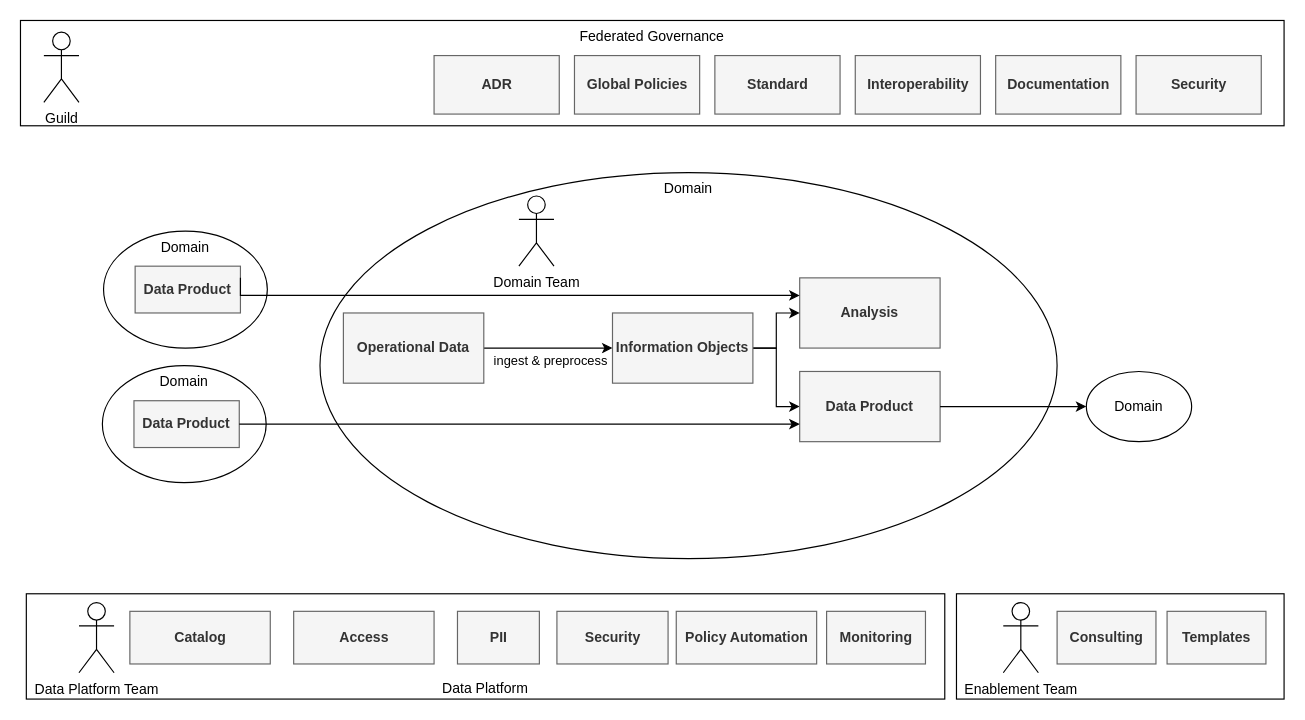
datamesh-architecture/datamesh-architecture.com keeps this draw.io diagram as diagrams/datamesharchitecture.drawio. Above is the earlier version. Source tidied: cells renumbered, new cells numbered last; positions are measured from the earlier drawing's top-left corner, leaving out a move shared by most shapes. Both pictures are drawn from the tidied source at 117%, with x=0, y=0 at pixel (20, 20).
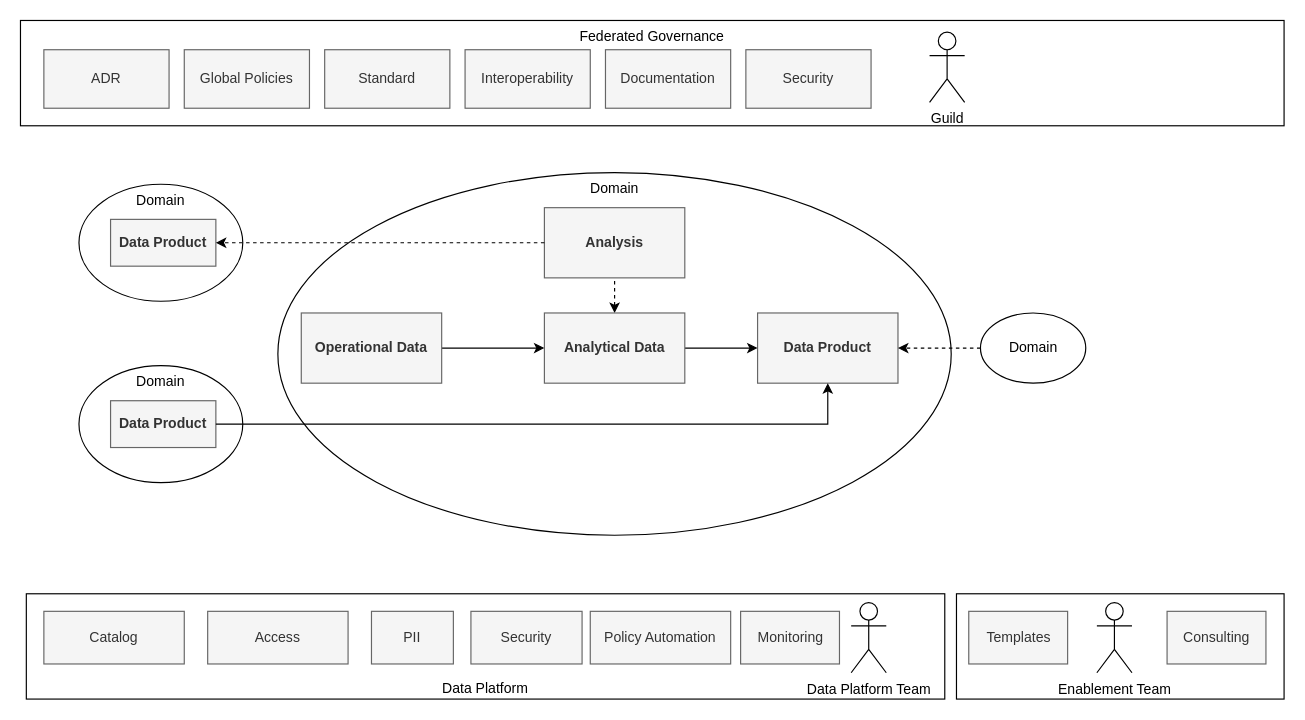
The same page after the edit.

What changed in the source:
```diff
@@
-    <mxCell id="3" value="Domain" style="ellipse;whiteSpace=wrap;html=1;verticalAlign=top;" parent="1" vertex="1">
-      <mxGeometry x="256" y="130" width="630" height="330" as="geometry" />
-    </mxCell>
@@
     <mxCell id="6" value="Guild" style="shape=umlActor;verticalLabelPosition=bottom;verticalAlign=top;html=1;" parent="1" vertex="1">
-      <mxGeometry x="20" y="10" width="30" height="60" as="geometry" />
+      <mxGeometry x="777" y="10" width="30" height="60" as="geometry" />
     </mxCell>
-    <mxCell id="7" value="Domain Team" style="shape=umlActor;verticalLabelPosition=bottom;verticalAlign=top;html=1;" parent="1" vertex="1">
-      <mxGeometry x="426" y="150" width="30" height="60" as="geometry" />
-    </mxCell>
     <mxCell id="8" value="Data Platform Team" style="shape=umlActor;verticalLabelPosition=bottom;verticalAlign=top;html=1;" parent="1" vertex="1">
-      <mxGeometry x="50" y="497.5" width="30" height="60" as="geometry" />
+      <mxGeometry x="710" y="497.5" width="30" height="60" as="geometry" />
     </mxCell>
-    <mxCell id="9" value="Analysis" style="rounded=0;whiteSpace=wrap;html=1;fillColor=#f5f5f5;fontColor=#333333;strokeColor=#666666;fontStyle=1;" parent="1" vertex="1">
-      <mxGeometry x="666" y="220" width="120" height="60" as="geometry" />
-    </mxCell>
-    <mxCell id="10" style="edgeStyle=orthogonalEdgeStyle;rounded=0;jettySize=auto;html=1;exitX=1;exitY=0.5;exitDx=0;exitDy=0;" parent="1" edge="1" source="14" target="9">
-      <mxGeometry relative="1" as="geometry" />
-    </mxCell>
-    <mxCell id="11" style="edgeStyle=orthogonalEdgeStyle;rounded=0;jettySize=auto;html=1;entryX=0;entryY=0.5;entryDx=0;entryDy=0;" parent="1" edge="1" source="14" target="17">
-      <mxGeometry relative="1" as="geometry">
-        <Array as="points">
-          <mxPoint x="646" y="280" />
-          <mxPoint x="646" y="330" />
-        </Array>
-      </mxGeometry>
-    </mxCell>
-    <mxCell id="12" style="edgeStyle=orthogonalEdgeStyle;rounded=0;jettySize=auto;html=1;startArrow=classic;startFill=1;endArrow=none;endFill=0;" parent="1" edge="1" source="14" target="15">
-      <mxGeometry relative="1" as="geometry" />
-    </mxCell>
-    <mxCell id="13" value="ingest &amp;amp; preprocess" style="edgeLabel;html=1;align=center;verticalAlign=middle;" parent="12" vertex="1">
-      <mxGeometry x="-0.18" y="3" relative="1" as="geometry">
-        <mxPoint x="-9" y="7" as="offset" />
-      </mxGeometry>
-    </mxCell>
-    <mxCell id="14" value="Information Objects" style="rounded=0;whiteSpace=wrap;html=1;fillColor=#f5f5f5;fontColor=#333333;strokeColor=#666666;fontStyle=1;" parent="1" vertex="1">
-      <mxGeometry x="506" y="250" width="120" height="60" as="geometry" />
-    </mxCell>
-    <mxCell id="15" value="Operational Data" style="rounded=0;whiteSpace=wrap;html=1;fillColor=#f5f5f5;fontColor=#333333;strokeColor=#666666;fontStyle=1;" parent="1" vertex="1">
-      <mxGeometry x="276" y="250" width="120" height="60" as="geometry" />
-    </mxCell>
-    <mxCell id="16" value="Global Policies" style="rounded=0;whiteSpace=wrap;html=1;fillColor=#f5f5f5;fontColor=#333333;strokeColor=#666666;fontStyle=1;" parent="1" vertex="1">
-      <mxGeometry x="473.5" y="30" width="107" height="50" as="geometry" />
+    <mxCell id="16" value="Global Policies" style="rounded=0;whiteSpace=wrap;html=1;fillColor=#f5f5f5;fontColor=#333333;strokeColor=#666666;" parent="1" vertex="1">
+      <mxGeometry x="140" y="25" width="107" height="50" as="geometry" />
     </mxCell>
-    <mxCell id="17" value="Data Product" style="rounded=0;whiteSpace=wrap;html=1;fillColor=#f5f5f5;fontColor=#333333;strokeColor=#666666;fontStyle=1;" parent="1" vertex="1">
-      <mxGeometry x="666" y="300" width="120" height="60" as="geometry" />
-    </mxCell>
-    <mxCell id="18" value="Domain" style="ellipse;whiteSpace=wrap;html=1;verticalAlign=middle;" parent="1" vertex="1">
-      <mxGeometry x="911" y="300" width="90" height="60" as="geometry" />
-    </mxCell>
-    <mxCell id="19" style="rounded=0;jettySize=auto;html=1;entryX=1;entryY=0.5;entryDx=0;entryDy=0;startArrow=classic;startFill=1;endArrow=none;endFill=0;exitX=0;exitY=0.5;exitDx=0;exitDy=0;" parent="1" edge="1" source="18" target="17">
-      <mxGeometry relative="1" as="geometry" />
-    </mxCell>
-    <mxCell id="20" value="Catalog" style="rounded=0;whiteSpace=wrap;html=1;fillColor=#f5f5f5;fontColor=#333333;strokeColor=#666666;fontStyle=1;" parent="1" vertex="1">
-      <mxGeometry x="93.5" y="505" width="120" height="45" as="geometry" />
+    <mxCell id="20" value="Catalog" style="rounded=0;whiteSpace=wrap;html=1;fillColor=#f5f5f5;fontColor=#333333;strokeColor=#666666;" parent="1" vertex="1">
+      <mxGeometry x="20" y="505" width="120" height="45" as="geometry" />
     </mxCell>
-    <mxCell id="21" value="Access" style="rounded=0;whiteSpace=wrap;html=1;fillColor=#f5f5f5;fontColor=#333333;strokeColor=#666666;fontStyle=1;" parent="1" vertex="1">
-      <mxGeometry x="233.5" y="505" width="120" height="45" as="geometry" />
+    <mxCell id="21" value="Access" style="rounded=0;whiteSpace=wrap;html=1;fillColor=#f5f5f5;fontColor=#333333;strokeColor=#666666;" parent="1" vertex="1">
+      <mxGeometry x="160" y="505" width="120" height="45" as="geometry" />
     </mxCell>
-    <mxCell id="22" value="PII" style="rounded=0;whiteSpace=wrap;html=1;fillColor=#f5f5f5;fontColor=#333333;strokeColor=#666666;fontStyle=1;" parent="1" vertex="1">
-      <mxGeometry x="373.5" y="505" width="70" height="45" as="geometry" />
+    <mxCell id="22" value="PII" style="rounded=0;whiteSpace=wrap;html=1;fillColor=#f5f5f5;fontColor=#333333;strokeColor=#666666;" parent="1" vertex="1">
+      <mxGeometry x="300" y="505" width="70" height="45" as="geometry" />
     </mxCell>
-    <mxCell id="23" value="Domain" style="ellipse;whiteSpace=wrap;html=1;verticalAlign=top;" parent="1" vertex="1">
-      <mxGeometry x="71" y="180" width="140" height="100" as="geometry" />
-    </mxCell>
-    <mxCell id="24" value="Data Product" style="rounded=0;whiteSpace=wrap;html=1;fillColor=#f5f5f5;fontColor=#333333;strokeColor=#666666;fontStyle=1;" parent="1" vertex="1">
-      <mxGeometry x="98" y="210" width="90" height="40" as="geometry" />
-    </mxCell>
-    <mxCell id="25" style="edgeStyle=orthogonalEdgeStyle;rounded=0;jettySize=auto;html=1;startArrow=classic;startFill=1;endArrow=none;endFill=0;exitX=0;exitY=0.25;exitDx=0;exitDy=0;entryX=1;entryY=0.25;entryDx=0;entryDy=0;" parent="1" edge="1" source="9" target="24">
-      <mxGeometry relative="1" as="geometry">
-        <Array as="points">
-          <mxPoint x="188" y="235" />
-        </Array>
-      </mxGeometry>
-    </mxCell>
-    <mxCell id="26" value="Security" style="rounded=0;whiteSpace=wrap;html=1;fillColor=#f5f5f5;fontColor=#333333;strokeColor=#666666;fontStyle=1;" parent="1" vertex="1">
-      <mxGeometry x="458.5" y="505" width="95" height="45" as="geometry" />
+    <mxCell id="26" value="Security" style="rounded=0;whiteSpace=wrap;html=1;fillColor=#f5f5f5;fontColor=#333333;strokeColor=#666666;" parent="1" vertex="1">
+      <mxGeometry x="385" y="505" width="95" height="45" as="geometry" />
     </mxCell>
-    <mxCell id="27" value="Policy Automation" style="rounded=0;whiteSpace=wrap;html=1;fillColor=#f5f5f5;fontColor=#333333;strokeColor=#666666;fontStyle=1;" parent="1" vertex="1">
-      <mxGeometry x="560.5" y="505" width="120" height="45" as="geometry" />
+    <mxCell id="27" value="Policy Automation" style="rounded=0;whiteSpace=wrap;html=1;fillColor=#f5f5f5;fontColor=#333333;strokeColor=#666666;" parent="1" vertex="1">
+      <mxGeometry x="487" y="505" width="120" height="45" as="geometry" />
     </mxCell>
-    <mxCell id="28" value="Monitoring" style="rounded=0;whiteSpace=wrap;html=1;fillColor=#f5f5f5;fontColor=#333333;strokeColor=#666666;fontStyle=1;" parent="1" vertex="1">
-      <mxGeometry x="689" y="505" width="84.5" height="45" as="geometry" />
+    <mxCell id="28" value="Monitoring" style="rounded=0;whiteSpace=wrap;html=1;fillColor=#f5f5f5;fontColor=#333333;strokeColor=#666666;" parent="1" vertex="1">
+      <mxGeometry x="615.5" y="505" width="84.5" height="45" as="geometry" />
     </mxCell>
-    <mxCell id="29" value="ADR" style="rounded=0;whiteSpace=wrap;html=1;fillColor=#f5f5f5;fontColor=#333333;strokeColor=#666666;fontStyle=1;" parent="1" vertex="1">
-      <mxGeometry x="353.5" y="30" width="107" height="50" as="geometry" />
+    <mxCell id="29" value="ADR" style="rounded=0;whiteSpace=wrap;html=1;fillColor=#f5f5f5;fontColor=#333333;strokeColor=#666666;" parent="1" vertex="1">
+      <mxGeometry x="20" y="25" width="107" height="50" as="geometry" />
     </mxCell>
-    <mxCell id="30" value="Standard" style="rounded=0;whiteSpace=wrap;html=1;fillColor=#f5f5f5;fontColor=#333333;strokeColor=#666666;fontStyle=1;" parent="1" vertex="1">
-      <mxGeometry x="593.5" y="30" width="107" height="50" as="geometry" />
+    <mxCell id="30" value="Standard" style="rounded=0;whiteSpace=wrap;html=1;fillColor=#f5f5f5;fontColor=#333333;strokeColor=#666666;" parent="1" vertex="1">
+      <mxGeometry x="260" y="25" width="107" height="50" as="geometry" />
     </mxCell>
-    <mxCell id="31" value="Interoperability" style="rounded=0;whiteSpace=wrap;html=1;fillColor=#f5f5f5;fontColor=#333333;strokeColor=#666666;fontStyle=1;" parent="1" vertex="1">
-      <mxGeometry x="713.5" y="30" width="107" height="50" as="geometry" />
+    <mxCell id="31" value="Interoperability" style="rounded=0;whiteSpace=wrap;html=1;fillColor=#f5f5f5;fontColor=#333333;strokeColor=#666666;" parent="1" vertex="1">
+      <mxGeometry x="380" y="25" width="107" height="50" as="geometry" />
     </mxCell>
-    <mxCell id="32" value="Documentation" style="rounded=0;whiteSpace=wrap;html=1;fillColor=#f5f5f5;fontColor=#333333;strokeColor=#666666;fontStyle=1;" parent="1" vertex="1">
-      <mxGeometry x="833.5" y="30" width="107" height="50" as="geometry" />
+    <mxCell id="32" value="Documentation" style="rounded=0;whiteSpace=wrap;html=1;fillColor=#f5f5f5;fontColor=#333333;strokeColor=#666666;" parent="1" vertex="1">
+      <mxGeometry x="500" y="25" width="107" height="50" as="geometry" />
     </mxCell>
-    <mxCell id="33" value="Security" style="rounded=0;whiteSpace=wrap;html=1;fillColor=#f5f5f5;fontColor=#333333;strokeColor=#666666;fontStyle=1;" parent="1" vertex="1">
-      <mxGeometry x="953.5" y="30" width="107" height="50" as="geometry" />
+    <mxCell id="33" value="Security" style="rounded=0;whiteSpace=wrap;html=1;fillColor=#f5f5f5;fontColor=#333333;strokeColor=#666666;" parent="1" vertex="1">
+      <mxGeometry x="620" y="25" width="107" height="50" as="geometry" />
     </mxCell>
-    <mxCell id="34" value="Domain" style="ellipse;whiteSpace=wrap;html=1;verticalAlign=top;" parent="1" vertex="1">
-      <mxGeometry x="70" y="295" width="140" height="100" as="geometry" />
-    </mxCell>
-    <mxCell id="35" value="Data Product" style="rounded=0;whiteSpace=wrap;html=1;fillColor=#f5f5f5;fontColor=#333333;strokeColor=#666666;fontStyle=1;" parent="1" vertex="1">
-      <mxGeometry x="97" y="325" width="90" height="40" as="geometry" />
-    </mxCell>
-    <mxCell id="36" style="rounded=0;jettySize=auto;html=1;entryX=1;entryY=0.5;entryDx=0;entryDy=0;startArrow=classic;startFill=1;endArrow=none;endFill=0;exitX=0;exitY=0.75;exitDx=0;exitDy=0;" parent="1" edge="1" source="17" target="35">
-      <mxGeometry relative="1" as="geometry" />
-    </mxCell>
     <mxCell id="37" value="Enablement Team" style="shape=umlActor;verticalLabelPosition=bottom;verticalAlign=top;html=1;" parent="1" vertex="1">
-      <mxGeometry x="840" y="497.5" width="30" height="60" as="geometry" />
+      <mxGeometry x="920" y="497.5" width="30" height="60" as="geometry" />
     </mxCell>
-    <mxCell id="38" value="Templates" style="rounded=0;whiteSpace=wrap;html=1;fillColor=#f5f5f5;fontColor=#333333;strokeColor=#666666;fontStyle=1;" parent="1" vertex="1">
-      <mxGeometry x="980" y="505" width="84.5" height="45" as="geometry" />
+    <mxCell id="38" value="Templates" style="rounded=0;whiteSpace=wrap;html=1;fillColor=#f5f5f5;fontColor=#333333;strokeColor=#666666;" parent="1" vertex="1">
+      <mxGeometry x="810.5" y="505" width="84.5" height="45" as="geometry" />
     </mxCell>
-    <mxCell id="39" value="Consulting" style="rounded=0;whiteSpace=wrap;html=1;fillColor=#f5f5f5;fontColor=#333333;strokeColor=#666666;fontStyle=1;" parent="1" vertex="1">
-      <mxGeometry x="886" y="505" width="84.5" height="45" as="geometry" />
+    <mxCell id="39" value="Consulting" style="rounded=0;whiteSpace=wrap;html=1;fillColor=#f5f5f5;fontColor=#333333;strokeColor=#666666;" parent="1" vertex="1">
+      <mxGeometry x="980" y="505" width="84.5" height="45" as="geometry" />
     </mxCell>
+    <mxCell id="40" value="Domain" style="ellipse;whiteSpace=wrap;html=1;verticalAlign=top;" parent="1" vertex="1">
+      <mxGeometry x="220" y="130" width="575.5" height="310" as="geometry" />
+    </mxCell>
+    <mxCell id="9" value="Analysis" style="rounded=0;whiteSpace=wrap;html=1;fillColor=#f5f5f5;fontColor=#333333;strokeColor=#666666;fontStyle=1;" parent="1" vertex="1">
+      <mxGeometry x="447.8" y="160" width="120" height="60" as="geometry" />
+    </mxCell>
+    <mxCell id="41" style="rounded=0;jettySize=auto;html=1;exitX=0.5;exitY=0;exitDx=0;exitDy=0;startArrow=classic;startFill=1;endArrow=none;endFill=0;dashed=1;" parent="1" edge="1" source="44" target="9">
+      <mxGeometry relative="1" as="geometry" />
+    </mxCell>
+    <mxCell id="42" style="rounded=0;jettySize=auto;html=1;entryX=0;entryY=0.5;entryDx=0;entryDy=0;" parent="1" edge="1" source="44" target="45">
+      <mxGeometry relative="1" as="geometry" />
+    </mxCell>
+    <mxCell id="43" style="edgeStyle=orthogonalEdgeStyle;rounded=0;jettySize=auto;html=1;startArrow=classic;startFill=1;endArrow=none;endFill=0;" parent="1" edge="1" source="44" target="15">
+      <mxGeometry relative="1" as="geometry" />
+    </mxCell>
+    <mxCell id="44" value="Analytical Data" style="rounded=0;whiteSpace=wrap;html=1;fillColor=#f5f5f5;fontColor=#333333;strokeColor=#666666;fontStyle=1;" parent="1" vertex="1">
+      <mxGeometry x="447.8" y="250" width="120" height="60" as="geometry" />
+    </mxCell>
+    <mxCell id="15" value="Operational Data" style="rounded=0;whiteSpace=wrap;html=1;fillColor=#f5f5f5;fontColor=#333333;strokeColor=#666666;fontStyle=1;" parent="1" vertex="1">
+      <mxGeometry x="240" y="250" width="120" height="60" as="geometry" />
+    </mxCell>
+    <mxCell id="45" value="Data Product" style="rounded=0;whiteSpace=wrap;html=1;fillColor=#f5f5f5;fontColor=#333333;strokeColor=#666666;fontStyle=1;" parent="1" vertex="1">
+      <mxGeometry x="630" y="250" width="120" height="60" as="geometry" />
+    </mxCell>
+    <mxCell id="18" value="Domain" style="ellipse;whiteSpace=wrap;html=1;verticalAlign=middle;" parent="1" vertex="1">
+      <mxGeometry x="820.5" y="250" width="90" height="60" as="geometry" />
+    </mxCell>
+    <mxCell id="46" style="rounded=0;jettySize=auto;html=1;entryX=1;entryY=0.5;entryDx=0;entryDy=0;startArrow=none;startFill=0;endArrow=classic;endFill=1;exitX=0;exitY=0.5;exitDx=0;exitDy=0;dashed=1;" parent="1" edge="1" source="18" target="45">
+      <mxGeometry relative="1" as="geometry" />
+    </mxCell>
+    <mxCell id="47" value="Domain" style="ellipse;whiteSpace=wrap;html=1;verticalAlign=top;" parent="1" vertex="1">
+      <mxGeometry x="50" y="140" width="140" height="100" as="geometry" />
+    </mxCell>
+    <mxCell id="48" value="Data Product" style="rounded=0;whiteSpace=wrap;html=1;fillColor=#f5f5f5;fontColor=#333333;strokeColor=#666666;fontStyle=1;" parent="1" vertex="1">
+      <mxGeometry x="77" y="170" width="90" height="40" as="geometry" />
+    </mxCell>
+    <mxCell id="49" style="rounded=0;jettySize=auto;html=1;startArrow=none;startFill=0;endArrow=classic;endFill=1;exitX=0;exitY=0.5;exitDx=0;exitDy=0;entryX=1;entryY=0.5;entryDx=0;entryDy=0;dashed=1;" parent="1" edge="1" source="9" target="48">
+      <mxGeometry relative="1" as="geometry" />
+    </mxCell>
+    <mxCell id="50" value="Domain" style="ellipse;whiteSpace=wrap;html=1;verticalAlign=top;" parent="1" vertex="1">
+      <mxGeometry x="50" y="295" width="140" height="100" as="geometry" />
+    </mxCell>
+    <mxCell id="51" value="Data Product" style="rounded=0;whiteSpace=wrap;html=1;fillColor=#f5f5f5;fontColor=#333333;strokeColor=#666666;fontStyle=1;" parent="1" vertex="1">
+      <mxGeometry x="77" y="325" width="90" height="40" as="geometry" />
+    </mxCell>
+    <mxCell id="52" style="rounded=0;jettySize=auto;html=1;entryX=1;entryY=0.5;entryDx=0;entryDy=0;startArrow=classic;startFill=1;endArrow=none;endFill=0;exitX=0.5;exitY=1;exitDx=0;exitDy=0;" parent="1" edge="1" source="45" target="51">
+      <mxGeometry relative="1" as="geometry">
+        <Array as="points">
+          <mxPoint x="690" y="345" />
+          <mxPoint x="550" y="345" />
+        </Array>
+      </mxGeometry>
+    </mxCell>
```
